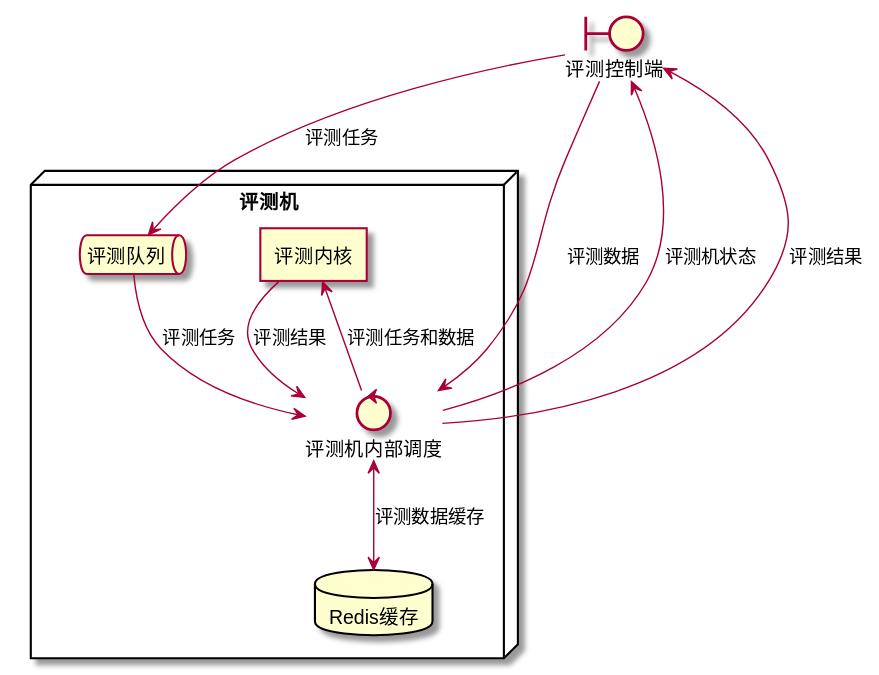
Above: DesignDocs/plantumlsrc/strcture-judger.svg in ThinkSpiritLab/Heng (PlantUML), before the change. The source it was exported from:
```plantuml
@startuml
boundary 评测控制端 as jb
node "评测机" as judger {
  agent 评测内核 as core
  control 评测机内部调度 as ctrl
  queue 评测队列 as que
  database Redis缓存 as rd
}
jb --> que : 评测任务
que --> ctrl : 评测任务
jb ----> ctrl : 评测数据
ctrl <--> rd : 评测数据缓存
ctrl --> core : 评测任务和数据
core --> ctrl : 评测结果
ctrl --> jb : 评测机状态
ctrl --> jb : 评测结果
@enduml
```
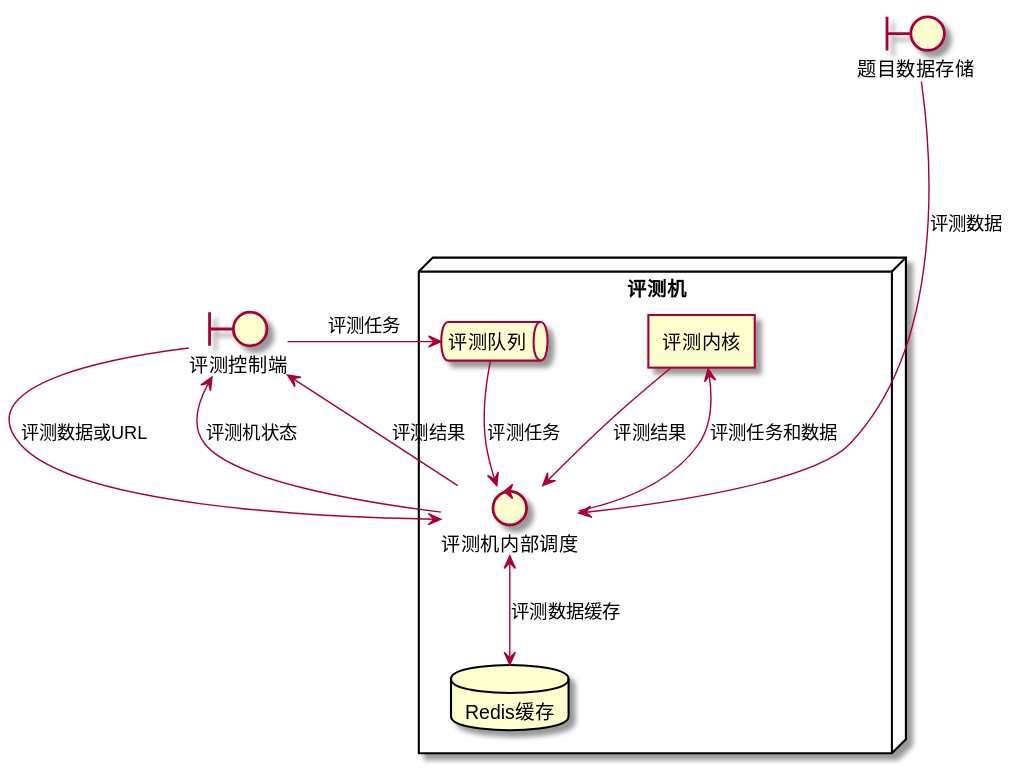
Later version of the same file.

Commit message:
更改图片以符合设计

What changed in the source:
```diff
@@ -1,5 +1,6 @@
 @startuml
 boundary 评测控制端 as jb
+boundary "题目数据存储" as oss
 node "评测机" as judger {
   agent 评测内核 as core
   control 评测机内部调度 as ctrl
@@ -8,7 +9,8 @@
 }
 jb --> que : 评测任务
 que --> ctrl : 评测任务
-jb ----> ctrl : 评测数据
+jb --> ctrl : 评测数据或URL
+oss ----> ctrl : 评测数据
 ctrl <--> rd : 评测数据缓存
 ctrl --> core : 评测任务和数据
 core --> ctrl : 评测结果
```
